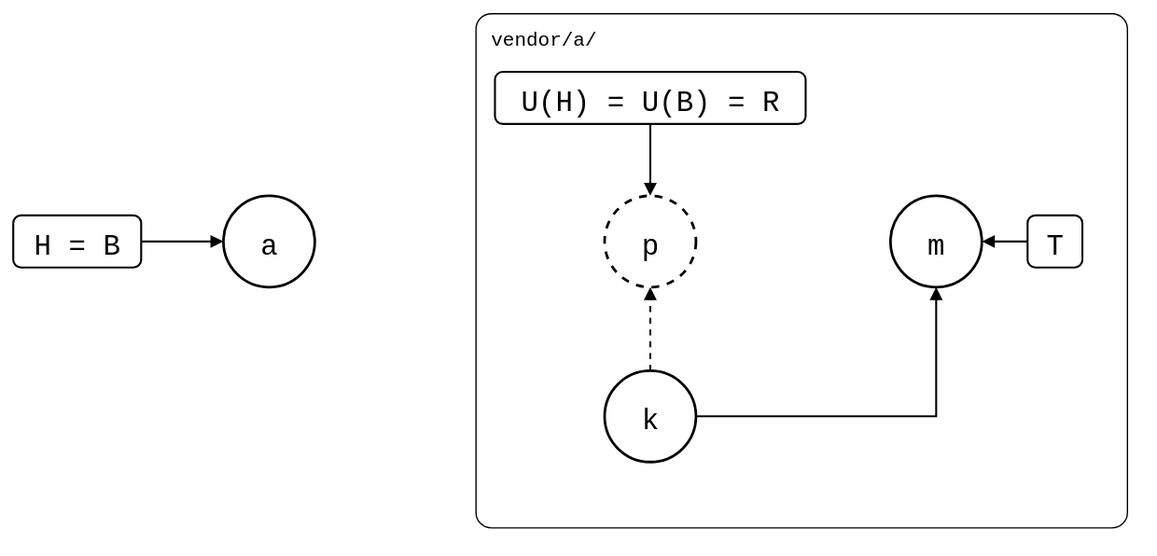
Earlier version of the draw.io export git-splice/test/scenarios/06-rewritten-history/04-patch-branch-rebased/patch-branch-rebased.drawio.svg (roschaefer/episodes). Source tidied: cells renumbered, new cells last; positions are measured from the earlier drawing's top-left corner, leaving out a move shared by most shapes. Source of this version:
```xml
<mxGraphModel background="#ffffff">
  <root>
    <mxCell id="0" />
    <mxCell id="1" parent="0" />
    <mxCell id="2" value="vendor/a/" style="rounded=1;arcSize=3;fillColor=none;strokeWidth=1;fontSize=15;verticalAlign=top;align=left;spacingLeft=10;spacingTop=4;fontFamily=Roboto Mono,monospace;" parent="1" vertex="1">
      <mxGeometry x="354" width="499" height="394" as="geometry" />
    </mxCell>
    <mxCell id="3" value="a" style="ellipse;strokeWidth=2;fontSize=22;fontFamily=Roboto Mono,monospace;" parent="1" vertex="1">
      <mxGeometry x="161" y="140" width="70" height="70" as="geometry" />
    </mxCell>
    <mxCell id="4" value="k" style="ellipse;strokeWidth=2;fontSize=22;fontFamily=Roboto Mono,monospace;" parent="1" vertex="1">
      <mxGeometry x="453" y="274" width="70" height="70" as="geometry" />
    </mxCell>
    <mxCell id="5" value="p" style="ellipse;strokeWidth=2;fontSize=22;fontFamily=Roboto Mono,monospace;dashed=1;" parent="1" vertex="1">
      <mxGeometry x="453" y="140" width="70" height="70" as="geometry" />
    </mxCell>
    <mxCell id="6" value="m" style="ellipse;strokeWidth=2;fontSize=22;fontFamily=Roboto Mono,monospace;" parent="1" vertex="1">
      <mxGeometry x="672" y="140" width="70" height="70" as="geometry" />
    </mxCell>
    <mxCell id="7" value="H = B" style="rounded=1;strokeWidth=1.5;fontSize=22;fontFamily=Roboto Mono,monospace;" parent="1" vertex="1">
      <mxGeometry y="155" width="98" height="40" as="geometry" />
    </mxCell>
    <mxCell id="8" value="U(H) = U(B) = R" style="rounded=1;strokeWidth=1.5;fontSize=22;fontFamily=Roboto Mono,monospace;" parent="1" vertex="1">
      <mxGeometry x="369" y="45" width="238" height="40" as="geometry" />
    </mxCell>
    <mxCell id="9" value="T" style="rounded=1;strokeWidth=1.5;fontSize=22;fontFamily=Roboto Mono,monospace;" parent="1" vertex="1">
      <mxGeometry x="777" y="155" width="42" height="40" as="geometry" />
    </mxCell>
    <mxCell id="10" style="endArrow=block;endFill=1;html=1;strokeWidth=1.5;rounded=0;dashed=1;" parent="1" edge="1" source="4" target="5">
      <mxGeometry relative="1" as="geometry" />
    </mxCell>
    <mxCell id="11" style="edgeStyle=orthogonalEdgeStyle;exitX=1;exitY=0.5;entryX=0.5;entryY=1;endArrow=block;endFill=1;html=1;strokeWidth=1.5;rounded=0;" parent="1" edge="1" source="4" target="6">
      <mxGeometry relative="1" as="geometry" />
    </mxCell>
    <mxCell id="12" style="endArrow=block;endFill=1;html=1;strokeWidth=1.5;rounded=0;" parent="1" edge="1" source="7" target="3">
      <mxGeometry relative="1" as="geometry" />
    </mxCell>
    <mxCell id="13" style="endArrow=block;endFill=1;html=1;strokeWidth=1.5;rounded=0;" parent="1" edge="1" source="8" target="5">
      <mxGeometry relative="1" as="geometry" />
    </mxCell>
    <mxCell id="14" style="endArrow=block;endFill=1;html=1;strokeWidth=1.5;rounded=0;" parent="1" edge="1" source="9" target="6">
      <mxGeometry relative="1" as="geometry" />
    </mxCell>
  </root>
</mxGraphModel>
```
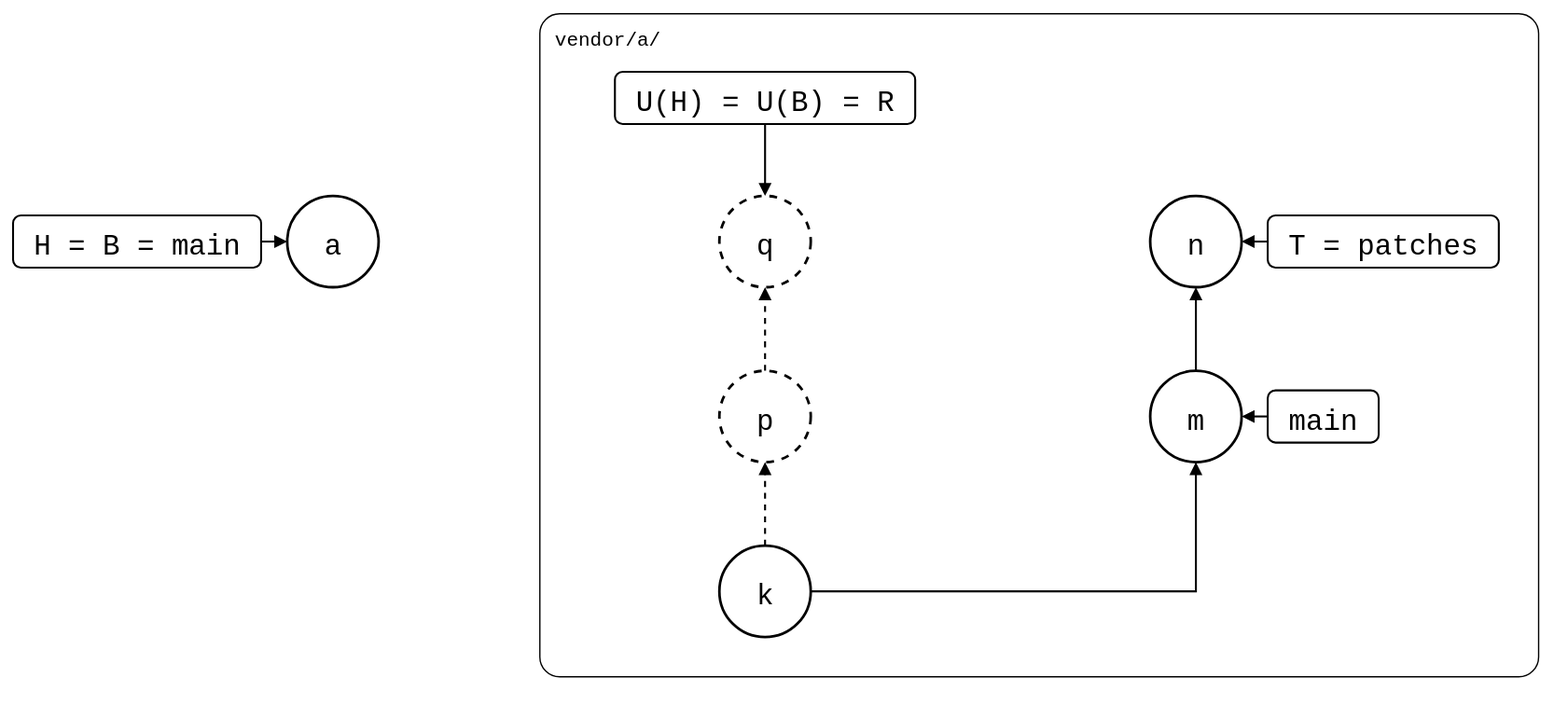
Later version of the same file.

The edit, as a diff of the source:
```diff
@@ -3,43 +3,61 @@
     <mxCell id="0" />
     <mxCell id="1" parent="0" />
     <mxCell id="2" value="vendor/a/" style="rounded=1;arcSize=3;fillColor=none;strokeWidth=1;fontSize=15;verticalAlign=top;align=left;spacingLeft=10;spacingTop=4;fontFamily=Roboto Mono,monospace;" parent="1" vertex="1">
-      <mxGeometry x="354" width="499" height="394" as="geometry" />
+      <mxGeometry x="354" width="765" height="508" as="geometry" />
     </mxCell>
-    <mxCell id="3" value="a" style="ellipse;strokeWidth=2;fontSize=22;fontFamily=Roboto Mono,monospace;" parent="1" vertex="1">
-      <mxGeometry x="161" y="140" width="70" height="70" as="geometry" />
-    </mxCell>
     <mxCell id="4" value="k" style="ellipse;strokeWidth=2;fontSize=22;fontFamily=Roboto Mono,monospace;" parent="1" vertex="1">
-      <mxGeometry x="453" y="274" width="70" height="70" as="geometry" />
+      <mxGeometry x="492" y="408" width="70" height="70" as="geometry" />
     </mxCell>
     <mxCell id="5" value="p" style="ellipse;strokeWidth=2;fontSize=22;fontFamily=Roboto Mono,monospace;dashed=1;" parent="1" vertex="1">
-      <mxGeometry x="453" y="140" width="70" height="70" as="geometry" />
+      <mxGeometry x="492" y="274" width="70" height="70" as="geometry" />
     </mxCell>
+    <mxCell id="15" value="q" style="ellipse;strokeWidth=2;fontSize=22;fontFamily=Roboto Mono,monospace;dashed=1;" parent="1" vertex="1">
+      <mxGeometry x="492" y="140" width="70" height="70" as="geometry" />
+    </mxCell>
     <mxCell id="6" value="m" style="ellipse;strokeWidth=2;fontSize=22;fontFamily=Roboto Mono,monospace;" parent="1" vertex="1">
-      <mxGeometry x="672" y="140" width="70" height="70" as="geometry" />
+      <mxGeometry x="822" y="274" width="70" height="70" as="geometry" />
     </mxCell>
+    <mxCell id="16" value="n" style="ellipse;strokeWidth=2;fontSize=22;fontFamily=Roboto Mono,monospace;" parent="1" vertex="1">
+      <mxGeometry x="822" y="140" width="70" height="70" as="geometry" />
+    </mxCell>
+    <mxCell id="3" value="a" style="ellipse;strokeWidth=2;fontSize=22;fontFamily=Roboto Mono,monospace;" parent="1" vertex="1">
+      <mxGeometry x="161" y="140" width="70" height="70" as="geometry" />
+    </mxCell>
-    <mxCell id="7" value="H = B" style="rounded=1;strokeWidth=1.5;fontSize=22;fontFamily=Roboto Mono,monospace;" parent="1" vertex="1">
-      <mxGeometry y="155" width="98" height="40" as="geometry" />
+    <mxCell id="7" value="H = B = main" style="rounded=1;strokeWidth=1.5;fontSize=22;fontFamily=Roboto Mono,monospace;" parent="1" vertex="1">
+      <mxGeometry x="-49" y="155" width="190" height="40" as="geometry" />
     </mxCell>
     <mxCell id="8" value="U(H) = U(B) = R" style="rounded=1;strokeWidth=1.5;fontSize=22;fontFamily=Roboto Mono,monospace;" parent="1" vertex="1">
-      <mxGeometry x="369" y="45" width="238" height="40" as="geometry" />
+      <mxGeometry x="412" y="45" width="230" height="40" as="geometry" />
     </mxCell>
-    <mxCell id="9" value="T" style="rounded=1;strokeWidth=1.5;fontSize=22;fontFamily=Roboto Mono,monospace;" parent="1" vertex="1">
-      <mxGeometry x="777" y="155" width="42" height="40" as="geometry" />
-    </mxCell>
+    <mxCell id="17" value="main" style="rounded=1;strokeWidth=1.5;fontSize=22;fontFamily=Roboto Mono,monospace;" parent="1" vertex="1">
+      <mxGeometry x="912" y="289" width="85" height="40" as="geometry" />
+    </mxCell>
+    <mxCell id="18" value="T = patches" style="rounded=1;strokeWidth=1.5;fontSize=22;fontFamily=Roboto Mono,monospace;" parent="1" vertex="1">
+      <mxGeometry x="912" y="155" width="177" height="40" as="geometry" />
+    </mxCell>
     <mxCell id="10" style="endArrow=block;endFill=1;html=1;strokeWidth=1.5;rounded=0;dashed=1;" parent="1" edge="1" source="4" target="5">
       <mxGeometry relative="1" as="geometry" />
     </mxCell>
-    <mxCell id="11" style="edgeStyle=orthogonalEdgeStyle;exitX=1;exitY=0.5;entryX=0.5;entryY=1;endArrow=block;endFill=1;html=1;strokeWidth=1.5;rounded=0;" parent="1" edge="1" source="4" target="6">
+    <mxCell id="11" style="endArrow=block;endFill=1;html=1;strokeWidth=1.5;rounded=0;dashed=1;" parent="1" edge="1" source="5" target="15">
       <mxGeometry relative="1" as="geometry" />
     </mxCell>
-    <mxCell id="12" style="endArrow=block;endFill=1;html=1;strokeWidth=1.5;rounded=0;" parent="1" edge="1" source="7" target="3">
+    <mxCell id="12" style="edgeStyle=orthogonalEdgeStyle;exitX=1;exitY=0.5;entryX=0.5;entryY=1;endArrow=block;endFill=1;html=1;strokeWidth=1.5;rounded=0;" parent="1" edge="1" source="4" target="6">
       <mxGeometry relative="1" as="geometry" />
     </mxCell>
-    <mxCell id="13" style="endArrow=block;endFill=1;html=1;strokeWidth=1.5;rounded=0;" parent="1" edge="1" source="8" target="5">
+    <mxCell id="13" style="endArrow=block;endFill=1;html=1;strokeWidth=1.5;rounded=0;" parent="1" edge="1" source="6" target="16">
       <mxGeometry relative="1" as="geometry" />
     </mxCell>
-    <mxCell id="14" style="endArrow=block;endFill=1;html=1;strokeWidth=1.5;rounded=0;" parent="1" edge="1" source="9" target="6">
+    <mxCell id="14" style="endArrow=block;endFill=1;html=1;strokeWidth=1.5;rounded=0;" parent="1" edge="1" source="7" target="3">
       <mxGeometry relative="1" as="geometry" />
     </mxCell>
+    <mxCell id="19" style="endArrow=block;endFill=1;html=1;strokeWidth=1.5;rounded=0;" parent="1" edge="1" source="8" target="15">
+      <mxGeometry relative="1" as="geometry" />
+    </mxCell>
+    <mxCell id="20" style="endArrow=block;endFill=1;html=1;strokeWidth=1.5;rounded=0;" parent="1" edge="1" source="17" target="6">
+      <mxGeometry relative="1" as="geometry" />
+    </mxCell>
+    <mxCell id="21" style="endArrow=block;endFill=1;html=1;strokeWidth=1.5;rounded=0;" parent="1" edge="1" source="18" target="16">
+      <mxGeometry relative="1" as="geometry" />
+    </mxCell>
   </root>
 </mxGraphModel>
```
